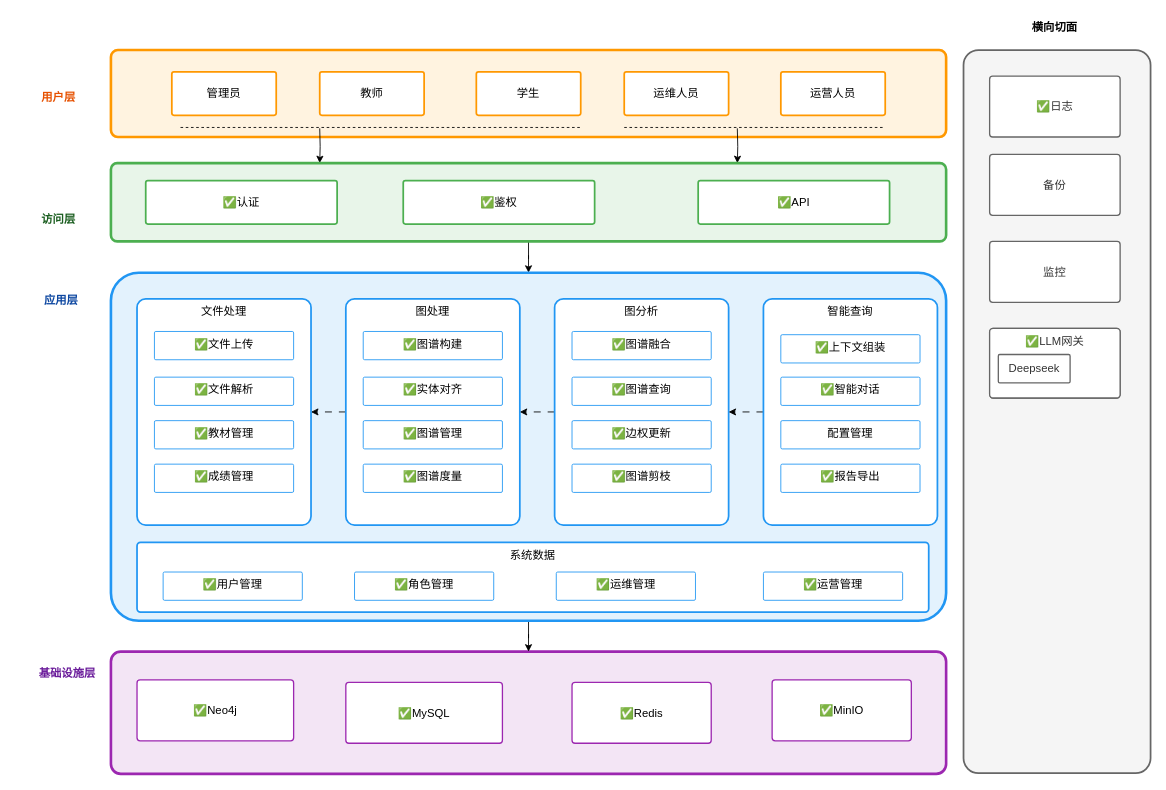
Before: docs/design-view/dev-view/diagrams/structure/layered-architecture.drawio in Eliauk-L/GraphNexus, a draw.io diagram. Source tidied: cells renumbered, new cells numbered last; positions are measured from the earlier drawing's top-left corner, leaving out a move shared by most shapes. Both pictures are drawn from the tidied source at 87%, with x=0, y=0 at pixel (15, 15).
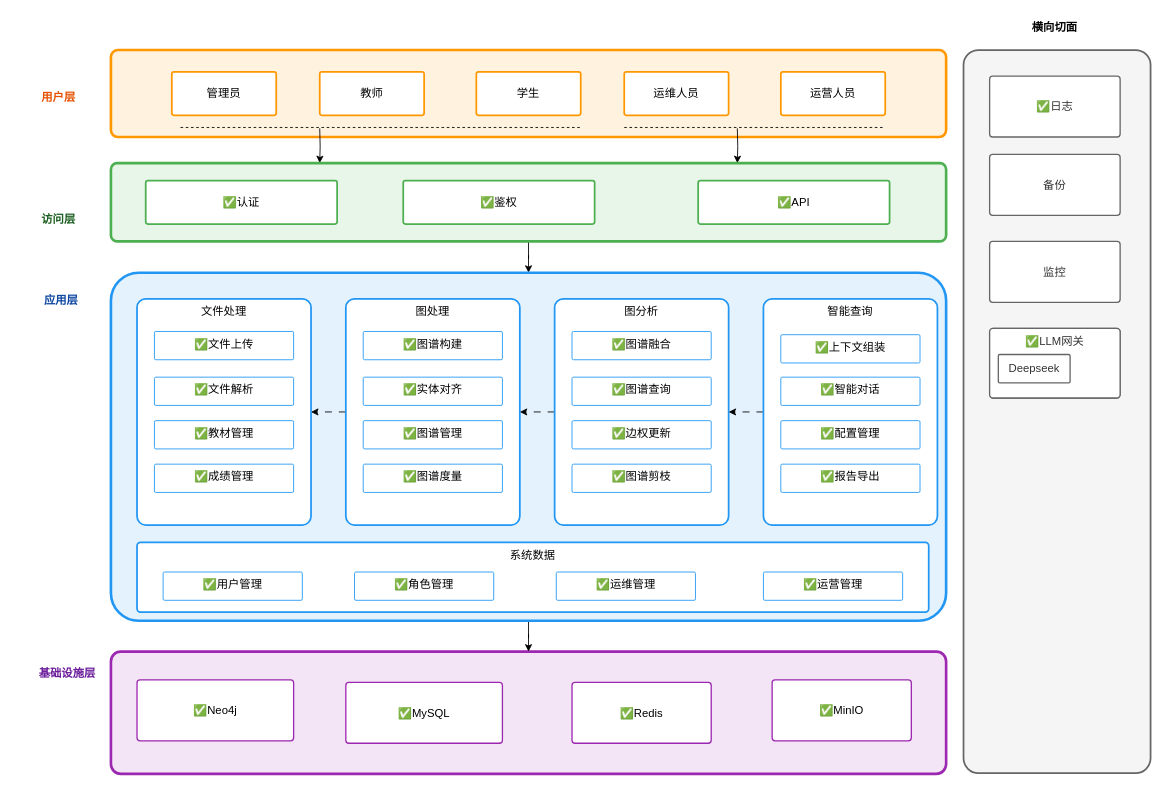
After the change.

What changed in the source:
```diff
@@
-    <mxCell id="51" value="配置管理" style="rounded=1;whiteSpace=wrap;fillColor=#ffffff;strokeColor=#2196F3;strokeWidth=1;fontSize=13;arcSize=5;align=center;verticalAlign=top;" parent="1" vertex="1">
+    <mxCell id="51" value="✅配置管理" style="rounded=1;whiteSpace=wrap;fillColor=#ffffff;strokeColor=#2196F3;strokeWidth=1;fontSize=13;arcSize=5;align=center;verticalAlign=top;" parent="1" vertex="1">
       <mxGeometry x="880" y="466" width="160" height="32.5" as="geometry" />
     </mxCell>
```
